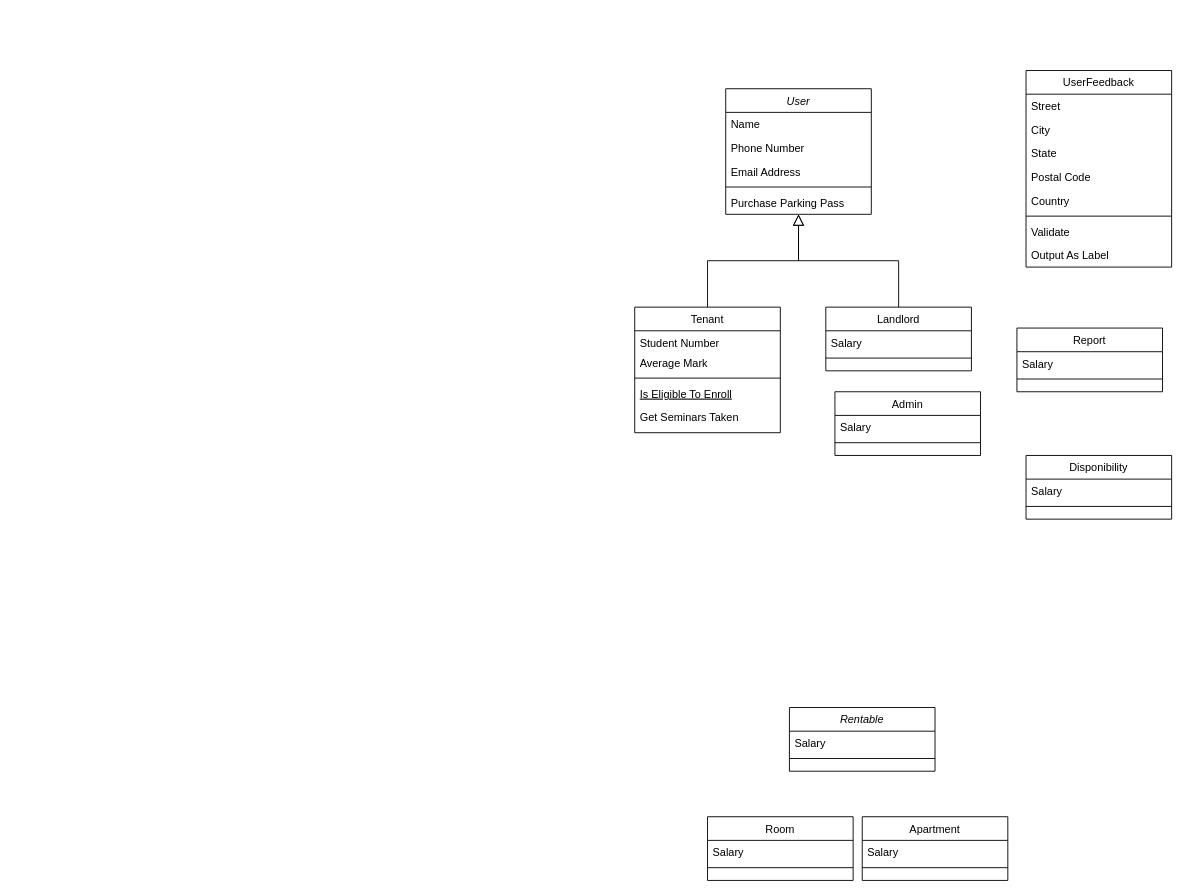
dnbias/hroom keeps this draw.io diagram as class_diagram.drawio. Above is the earlier version. Source tidied: cells renumbered, new cells numbered last; positions are measured from the earlier drawing's top-left corner, leaving out a move shared by most shapes. Both pictures are drawn from the tidied source at 91%, with x=0, y=0 at pixel (634, 70).
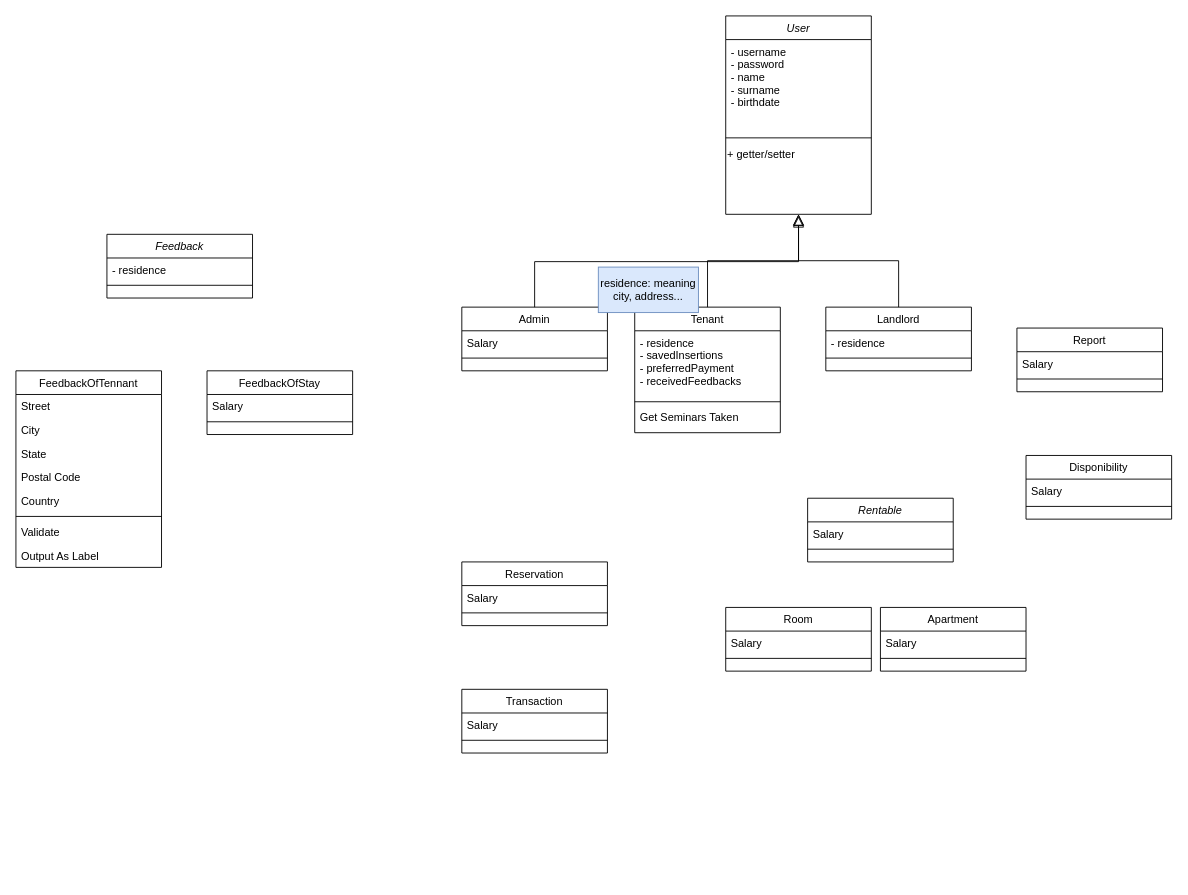
The same diagram, later.

Unchanged cells that the change refers to:
```xml
<mxCell id="8" value="Tenant" style="swimlane;fontStyle=0;align=center;verticalAlign=top;horizontal=1;startSize=26;rounded=0;shadow=0;strokeWidth=1;" parent="1" vertex="1">
  <mxGeometry y="260" width="160" height="138" as="geometry" />
</mxCell>
<mxCell id="15" value="Landlord" style="swimlane;fontStyle=0;align=center;verticalAlign=top;horizontal=1;startSize=26;rounded=0;shadow=0;strokeWidth=1;" parent="1" vertex="1">
  <mxGeometry x="210" y="260" width="160" height="70" as="geometry" />
</mxCell>
```

Change to the diagram source:
```diff
@@
     <mxCell id="2" value="User" style="swimlane;fontStyle=2;align=center;verticalAlign=top;horizontal=1;startSize=26;rounded=0;shadow=0;strokeWidth=1;" parent="1" vertex="1">
-      <mxGeometry x="100" y="20" width="160" height="138" as="geometry" />
+      <mxGeometry x="100" y="-60" width="160" height="218" as="geometry" />
     </mxCell>
-    <mxCell id="3" value="Name" style="text;align=left;verticalAlign=top;spacingLeft=4;spacingRight=4;overflow=hidden;" parent="2" vertex="1">
-      <mxGeometry y="26" width="160" height="26" as="geometry" />
+    <mxCell id="3" value="- username&#10;- password&#10;- name&#10;- surname&#10;- birthdate&#10;" style="text;align=left;verticalAlign=top;spacingLeft=4;spacingRight=4;overflow=hidden;" parent="2" vertex="1">
+      <mxGeometry y="26" width="160" height="104" as="geometry" />
     </mxCell>
-    <mxCell id="4" value="Phone Number" style="text;align=left;verticalAlign=top;spacingLeft=4;spacingRight=4;overflow=hidden;rounded=0;shadow=0;html=0;" parent="2" vertex="1">
-      <mxGeometry y="52" width="160" height="26" as="geometry" />
-    </mxCell>
-    <mxCell id="5" value="Email Address" style="text;align=left;verticalAlign=top;spacingLeft=4;spacingRight=4;overflow=hidden;rounded=0;shadow=0;html=0;" parent="2" vertex="1">
-      <mxGeometry y="78" width="160" height="26" as="geometry" />
-    </mxCell>
     <mxCell id="6" style="line;html=1;strokeWidth=1;align=left;verticalAlign=middle;spacingTop=-1;spacingLeft=3;spacingRight=3;labelPosition=right;" parent="2" vertex="1">
-      <mxGeometry y="104" width="160" height="8" as="geometry" />
+      <mxGeometry y="130" width="160" height="8" as="geometry" />
     </mxCell>
-    <mxCell id="7" value="Purchase Parking Pass" style="text;align=left;verticalAlign=top;spacingLeft=4;spacingRight=4;overflow=hidden;" parent="2" vertex="1">
-      <mxGeometry y="112" width="160" height="26" as="geometry" />
-    </mxCell>
+    <mxCell id="46" value="&lt;div&gt;+ getter/setter&lt;/div&gt;" style="text;html=1;align=left;verticalAlign=middle;strokeColor=none;fillColor=none;" parent="2" vertex="1">
+      <mxGeometry y="138" width="160" height="30" as="geometry" />
+    </mxCell>
@@
-    <mxCell id="9" value="Student Number" style="text;align=left;verticalAlign=top;spacingLeft=4;spacingRight=4;overflow=hidden;" parent="8" vertex="1">
-      <mxGeometry y="26" width="160" height="22" as="geometry" />
+    <mxCell id="9" value="- residence&#10;- savedInsertions&#10;- preferredPayment&#10;- receivedFeedbacks&#10;&#10;" style="text;align=left;verticalAlign=top;spacingLeft=4;spacingRight=4;overflow=hidden;" parent="8" vertex="1">
+      <mxGeometry y="26" width="160" height="74" as="geometry" />
     </mxCell>
-    <mxCell id="10" value="Average Mark" style="text;align=left;verticalAlign=top;spacingLeft=4;spacingRight=4;overflow=hidden;rounded=0;shadow=0;html=0;" parent="8" vertex="1">
-      <mxGeometry y="48" width="160" height="26" as="geometry" />
-    </mxCell>
     <mxCell id="11" style="line;html=1;strokeWidth=1;align=left;verticalAlign=middle;spacingTop=-1;spacingLeft=3;spacingRight=3;labelPosition=right;" parent="8" vertex="1">
-      <mxGeometry y="74" width="160" height="8" as="geometry" />
+      <mxGeometry y="100" width="160" height="8" as="geometry" />
     </mxCell>
-    <mxCell id="12" value="Is Eligible To Enroll" style="text;align=left;verticalAlign=top;spacingLeft=4;spacingRight=4;overflow=hidden;fontStyle=4;" parent="8" vertex="1">
-      <mxGeometry y="82" width="160" height="26" as="geometry" />
-    </mxCell>
@@
-    <mxCell id="16" value="Salary" style="text;align=left;verticalAlign=top;spacingLeft=4;spacingRight=4;overflow=hidden;" parent="15" vertex="1">
+    <mxCell id="16" value="- residence" style="text;align=left;verticalAlign=top;spacingLeft=4;spacingRight=4;overflow=hidden;" parent="15" vertex="1">
       <mxGeometry y="26" width="160" height="26" as="geometry" />
     </mxCell>
@@
-    <mxCell id="19" value="UserFeedback&#10;" style="swimlane;fontStyle=0;align=center;verticalAlign=top;horizontal=1;startSize=26;rounded=0;shadow=0;strokeWidth=1;" parent="1" vertex="1">
-      <mxGeometry x="430" width="160" height="216" as="geometry" />
+    <mxCell id="19" value="FeedbackOfTennant" style="swimlane;fontStyle=0;align=center;verticalAlign=top;horizontal=1;startSize=26;rounded=0;shadow=0;strokeWidth=1;" parent="1" vertex="1">
+      <mxGeometry x="-680" y="330" width="160" height="216" as="geometry" />
     </mxCell>
@@
     <mxCell id="28" value="Admin" style="swimlane;fontStyle=0;align=center;verticalAlign=top;horizontal=1;startSize=26;rounded=0;shadow=0;strokeWidth=1;" parent="1" vertex="1">
-      <mxGeometry x="220" y="353" width="160" height="70" as="geometry" />
+      <mxGeometry x="-190" y="260" width="160" height="70" as="geometry" />
     </mxCell>
@@
     <mxCell id="37" value="Rentable" style="swimlane;fontStyle=2;align=center;verticalAlign=top;horizontal=1;startSize=26;rounded=0;shadow=0;strokeWidth=1;" parent="1" vertex="1">
-      <mxGeometry x="170" y="700" width="160" height="70" as="geometry" />
+      <mxGeometry x="190" y="470" width="160" height="70" as="geometry" />
     </mxCell>
@@
     <mxCell id="40" value="Room" style="swimlane;fontStyle=0;align=center;verticalAlign=top;horizontal=1;startSize=26;rounded=0;shadow=0;strokeWidth=1;" parent="1" vertex="1">
-      <mxGeometry x="80" y="820" width="160" height="70" as="geometry" />
+      <mxGeometry x="100" y="590" width="160" height="70" as="geometry" />
     </mxCell>
@@
     <mxCell id="43" value="Apartment" style="swimlane;fontStyle=0;align=center;verticalAlign=top;horizontal=1;startSize=26;rounded=0;shadow=0;strokeWidth=1;" parent="1" vertex="1">
-      <mxGeometry x="250" y="820" width="160" height="70" as="geometry" />
+      <mxGeometry x="270" y="590" width="160" height="70" as="geometry" />
     </mxCell>
@@
+    <mxCell id="47" value="Reservation" style="swimlane;fontStyle=0;align=center;verticalAlign=top;horizontal=1;startSize=26;rounded=0;shadow=0;strokeWidth=1;" parent="1" vertex="1">
+      <mxGeometry x="-190" y="540" width="160" height="70" as="geometry" />
+    </mxCell>
+    <mxCell id="48" value="Salary" style="text;align=left;verticalAlign=top;spacingLeft=4;spacingRight=4;overflow=hidden;" parent="47" vertex="1">
+      <mxGeometry y="26" width="160" height="26" as="geometry" />
+    </mxCell>
+    <mxCell id="49" style="line;html=1;strokeWidth=1;align=left;verticalAlign=middle;spacingTop=-1;spacingLeft=3;spacingRight=3;labelPosition=right;" parent="47" vertex="1">
+      <mxGeometry y="52" width="160" height="8" as="geometry" />
+    </mxCell>
+    <mxCell id="50" value="Transaction" style="swimlane;fontStyle=0;align=center;verticalAlign=top;horizontal=1;startSize=26;rounded=0;shadow=0;strokeWidth=1;" parent="1" vertex="1">
+      <mxGeometry x="-190" y="680" width="160" height="70" as="geometry" />
+    </mxCell>
+    <mxCell id="51" value="Salary" style="text;align=left;verticalAlign=top;spacingLeft=4;spacingRight=4;overflow=hidden;" parent="50" vertex="1">
+      <mxGeometry y="26" width="160" height="26" as="geometry" />
+    </mxCell>
+    <mxCell id="52" style="line;html=1;strokeWidth=1;align=left;verticalAlign=middle;spacingTop=-1;spacingLeft=3;spacingRight=3;labelPosition=right;" parent="50" vertex="1">
+      <mxGeometry y="52" width="160" height="8" as="geometry" />
+    </mxCell>
+    <mxCell id="53" value="FeedbackOfStay" style="swimlane;fontStyle=0;align=center;verticalAlign=top;horizontal=1;startSize=26;rounded=0;shadow=0;strokeWidth=1;" parent="1" vertex="1">
+      <mxGeometry x="-470" y="330" width="160" height="70" as="geometry" />
+    </mxCell>
+    <mxCell id="54" value="Salary" style="text;align=left;verticalAlign=top;spacingLeft=4;spacingRight=4;overflow=hidden;" parent="53" vertex="1">
+      <mxGeometry y="26" width="160" height="26" as="geometry" />
+    </mxCell>
+    <mxCell id="55" style="line;html=1;strokeWidth=1;align=left;verticalAlign=middle;spacingTop=-1;spacingLeft=3;spacingRight=3;labelPosition=right;" parent="53" vertex="1">
+      <mxGeometry y="52" width="160" height="8" as="geometry" />
+    </mxCell>
+    <mxCell id="56" value="residence: meaning city, address..." style="text;html=1;strokeColor=#6c8ebf;fillColor=#dae8fc;align=center;verticalAlign=middle;whiteSpace=wrap;rounded=0;" parent="1" vertex="1">
+      <mxGeometry x="-40" y="216" width="110" height="50" as="geometry" />
+    </mxCell>
+    <mxCell id="57" value="Feedback" style="swimlane;fontStyle=2;align=center;verticalAlign=top;horizontal=1;startSize=26;rounded=0;shadow=0;strokeWidth=1;" parent="1" vertex="1">
+      <mxGeometry x="-580" y="180" width="160" height="70" as="geometry" />
+    </mxCell>
+    <mxCell id="58" value="- residence" style="text;align=left;verticalAlign=top;spacingLeft=4;spacingRight=4;overflow=hidden;" parent="57" vertex="1">
+      <mxGeometry y="26" width="160" height="26" as="geometry" />
+    </mxCell>
+    <mxCell id="59" style="line;html=1;strokeWidth=1;align=left;verticalAlign=middle;spacingTop=-1;spacingLeft=3;spacingRight=3;labelPosition=right;" parent="57" vertex="1">
+      <mxGeometry y="52" width="160" height="8" as="geometry" />
+    </mxCell>
+    <mxCell id="60" style="endArrow=block;endSize=10;endFill=0;shadow=0;strokeWidth=1;rounded=0;edgeStyle=elbowEdgeStyle;elbow=vertical;exitX=0.5;exitY=0;exitDx=0;exitDy=0;" parent="1" edge="1" source="28">
+      <mxGeometry relative="1" as="geometry">
+        <mxPoint x="180" y="160" as="targetPoint" />
+      </mxGeometry>
+    </mxCell>
```
